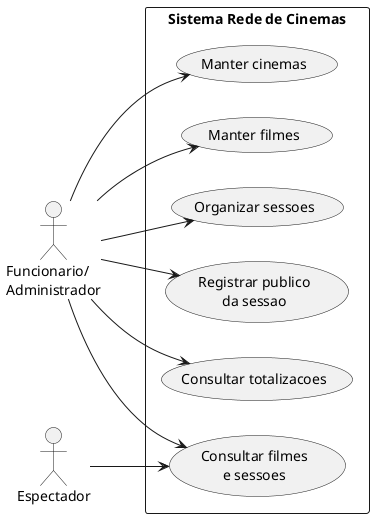
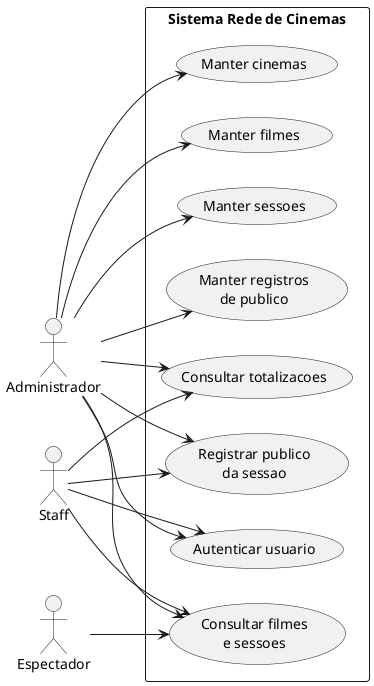
@startuml
left to right direction

- actor "Funcionario/\nAdministrador" as Funcionario
+ actor "Administrador" as Admin
+ actor "Staff" as Staff
actor "Espectador" as Espectador

rectangle "Sistema Rede de Cinemas" {
+   usecase "Autenticar usuario" as UC0
  usecase "Manter cinemas" as UC1
  usecase "Manter filmes" as UC2
-   usecase "Organizar sessoes" as UC3
+   usecase "Manter sessoes" as UC3
  usecase "Registrar publico\nda sessao" as UC4
  usecase "Consultar totalizacoes" as UC5
  usecase "Consultar filmes\ne sessoes" as UC6
+   usecase "Manter registros\nde publico" as UC7
}

- Funcionario --> UC1
- Funcionario --> UC2
- Funcionario --> UC3
- Funcionario --> UC4
- Funcionario --> UC5
- Funcionario --> UC6
+ Admin --> UC0
+ Staff --> UC0
+ Admin --> UC1
+ Admin --> UC2
+ Admin --> UC3
+ Admin --> UC4
+ Admin --> UC5
+ Admin --> UC6
+ Admin --> UC7
+ Staff --> UC4
+ Staff --> UC5
+ Staff --> UC6
Espectador --> UC6
@enduml
